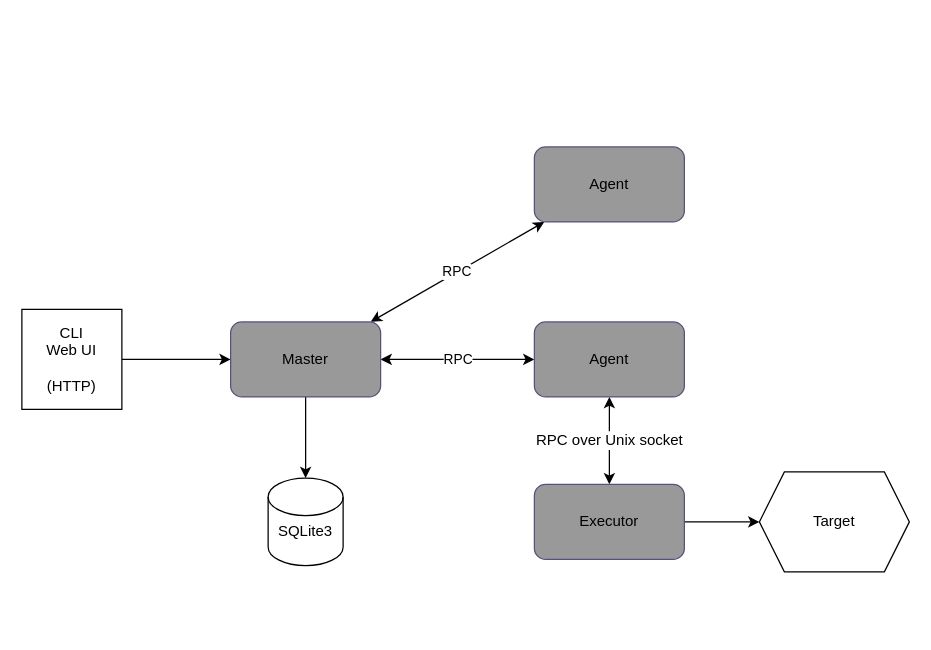
Before: page "5 - cloud mode" (5 of 7) of gobench.drawio in nqd/gobench-presentation-grokking, a draw.io diagram. Source tidied: cells renumbered, new cells numbered last; positions are measured from the earlier drawing's top-left corner, leaving out a move shared by most shapes. Both pictures are drawn from the tidied source at 125%, with x=0, y=0 at pixel (21, 146).
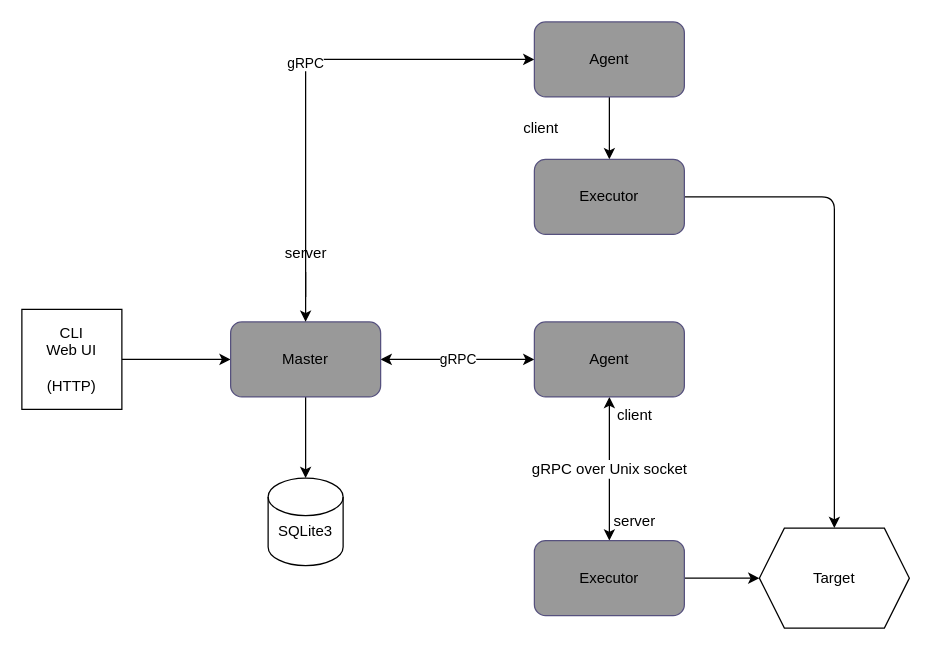
Above is the later version.

The change refers to these unchanged cells:
```xml
<mxCell id="7" value="Master" style="rounded=1;whiteSpace=wrap;html=1;strokeColor=#56517e;fillColor=#999999;" parent="1" vertex="1">
  <mxGeometry x="167" y="140" width="120" height="60" as="geometry" />
</mxCell>
<mxCell id="11" value="Agent" style="rounded=1;whiteSpace=wrap;html=1;strokeColor=#56517e;fillColor=#999999;" parent="1" vertex="1">
  <mxGeometry x="410" y="140" width="120" height="60" as="geometry" />
</mxCell>
```

Change to the diagram source:
```diff
@@
-    <mxCell id="4" value="RPC" style="edgeStyle=none;rounded=0;jettySize=auto;html=1;startArrow=classic;startFill=1;" parent="1" edge="1" source="7" target="11">
+    <mxCell id="4" value="gRPC" style="edgeStyle=none;rounded=0;jettySize=auto;html=1;startArrow=classic;startFill=1;" parent="1" edge="1" source="7" target="11">
       <mxGeometry relative="1" as="geometry" />
     </mxCell>
@@
-    <mxCell id="6" value="RPC" style="rounded=0;jettySize=auto;html=1;startArrow=classic;startFill=1;" parent="1" edge="1" source="7" target="14">
-      <mxGeometry relative="1" as="geometry" />
+    <mxCell id="6" value="gRPC" style="rounded=0;jettySize=auto;html=1;startArrow=none;startFill=1;edgeStyle=orthogonalEdgeStyle;" parent="1" edge="1" target="14">
+      <mxGeometry relative="1" as="geometry">
+        <mxPoint x="227" y="120" as="sourcePoint" />
+        <Array as="points">
+          <mxPoint x="227" y="-70" />
+        </Array>
+      </mxGeometry>
     </mxCell>
@@
-    <mxCell id="10" value="&lt;font style=&quot;font-size: 12px&quot;&gt;RPC over Unix socket&lt;/font&gt;" style="edgeStyle=orthogonalEdgeStyle;rounded=0;jettySize=auto;html=1;startArrow=classic;startFill=1;" parent="1" edge="1" source="11" target="13">
+    <mxCell id="10" value="&lt;font style=&quot;font-size: 12px&quot;&gt;gRPC over Unix socket&lt;/font&gt;" style="edgeStyle=orthogonalEdgeStyle;rounded=0;jettySize=auto;html=1;startArrow=classic;startFill=1;" parent="1" edge="1" source="11" target="13">
       <mxGeometry relative="1" as="geometry" />
     </mxCell>
@@
     <mxCell id="12" value="Target" style="shape=hexagon;perimeter=hexagonPerimeter2;whiteSpace=wrap;html=1;fixedSize=1;" parent="1" vertex="1">
-      <mxGeometry x="590" y="260" width="120" height="80" as="geometry" />
+      <mxGeometry x="590" y="305" width="120" height="80" as="geometry" />
     </mxCell>
     <mxCell id="13" value="Executor" style="rounded=1;whiteSpace=wrap;html=1;strokeColor=#56517e;fillColor=#999999;" parent="1" vertex="1">
-      <mxGeometry x="410" y="270" width="120" height="60" as="geometry" />
+      <mxGeometry x="410" y="315" width="120" height="60" as="geometry" />
     </mxCell>
+    <mxCell id="15" style="edgeStyle=none;html=1;exitX=0.5;exitY=1;exitDx=0;exitDy=0;" parent="1" edge="1" source="14" target="17">
+      <mxGeometry relative="1" as="geometry" />
+    </mxCell>
     <mxCell id="14" value="Agent" style="rounded=1;whiteSpace=wrap;html=1;strokeColor=#56517e;fillColor=#999999;" parent="1" vertex="1">
-      <mxGeometry x="410" width="120" height="60" as="geometry" />
+      <mxGeometry x="410" y="-100" width="120" height="60" as="geometry" />
     </mxCell>
+    <mxCell id="16" style="edgeStyle=orthogonalEdgeStyle;html=1;entryX=0.5;entryY=0;entryDx=0;entryDy=0;" parent="1" edge="1" source="17" target="12">
+      <mxGeometry relative="1" as="geometry" />
+    </mxCell>
+    <mxCell id="17" value="Executor" style="rounded=1;whiteSpace=wrap;html=1;strokeColor=#56517e;fillColor=#999999;" parent="1" vertex="1">
+      <mxGeometry x="410" y="10" width="120" height="60" as="geometry" />
+    </mxCell>
+    <mxCell id="18" style="rounded=0;jettySize=auto;html=1;startArrow=classic;startFill=1;endArrow=none;" parent="1" edge="1" source="7" target="19">
+      <mxGeometry relative="1" as="geometry" />
+    </mxCell>
+    <mxCell id="19" value="server" style="text;html=1;align=center;verticalAlign=middle;points=[];strokeColor=none;fillColor=none;" parent="1" vertex="1">
+      <mxGeometry x="197" y="70" width="60" height="30" as="geometry" />
+    </mxCell>
+    <mxCell id="20" value="client" style="text;html=1;align=center;verticalAlign=middle;strokeColor=none;fillColor=none;" parent="1" vertex="1">
+      <mxGeometry x="390" y="-30" width="50" height="30" as="geometry" />
+    </mxCell>
+    <mxCell id="21" value="server" style="text;html=1;align=center;verticalAlign=middle;strokeColor=none;fillColor=none;" parent="1" vertex="1">
+      <mxGeometry x="460" y="285" width="60" height="30" as="geometry" />
+    </mxCell>
+    <mxCell id="22" value="client" style="text;html=1;align=center;verticalAlign=middle;strokeColor=none;fillColor=none;" parent="1" vertex="1">
+      <mxGeometry x="465" y="200" width="50" height="30" as="geometry" />
+    </mxCell>
```
